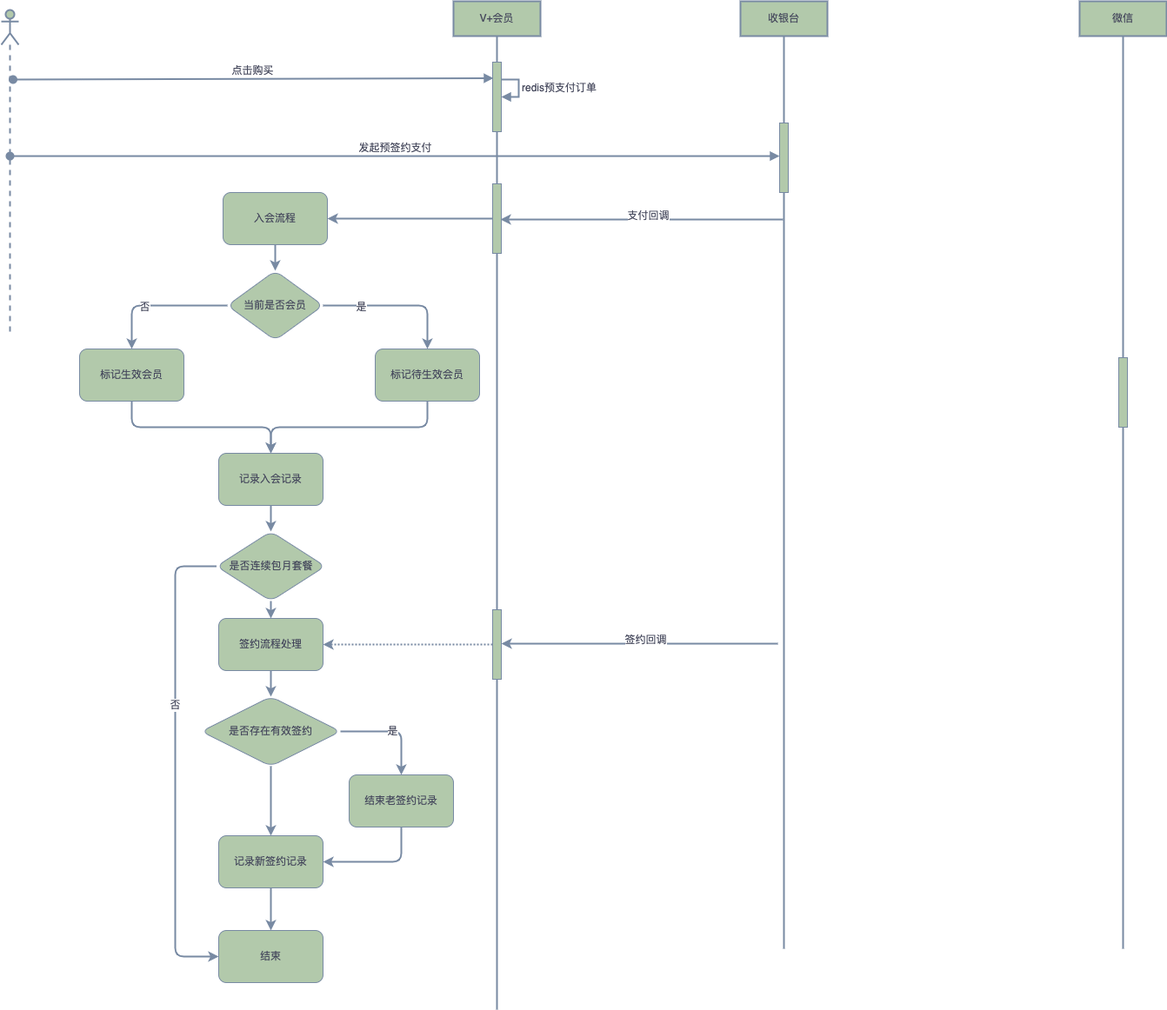
845642761/diagram keeps this draw.io diagram as 连续包月会员.png. Above is the earlier version. Source tidied: cells renumbered, new cells last; positions are measured from the earlier drawing's top-left corner, leaving out a move shared by most shapes.
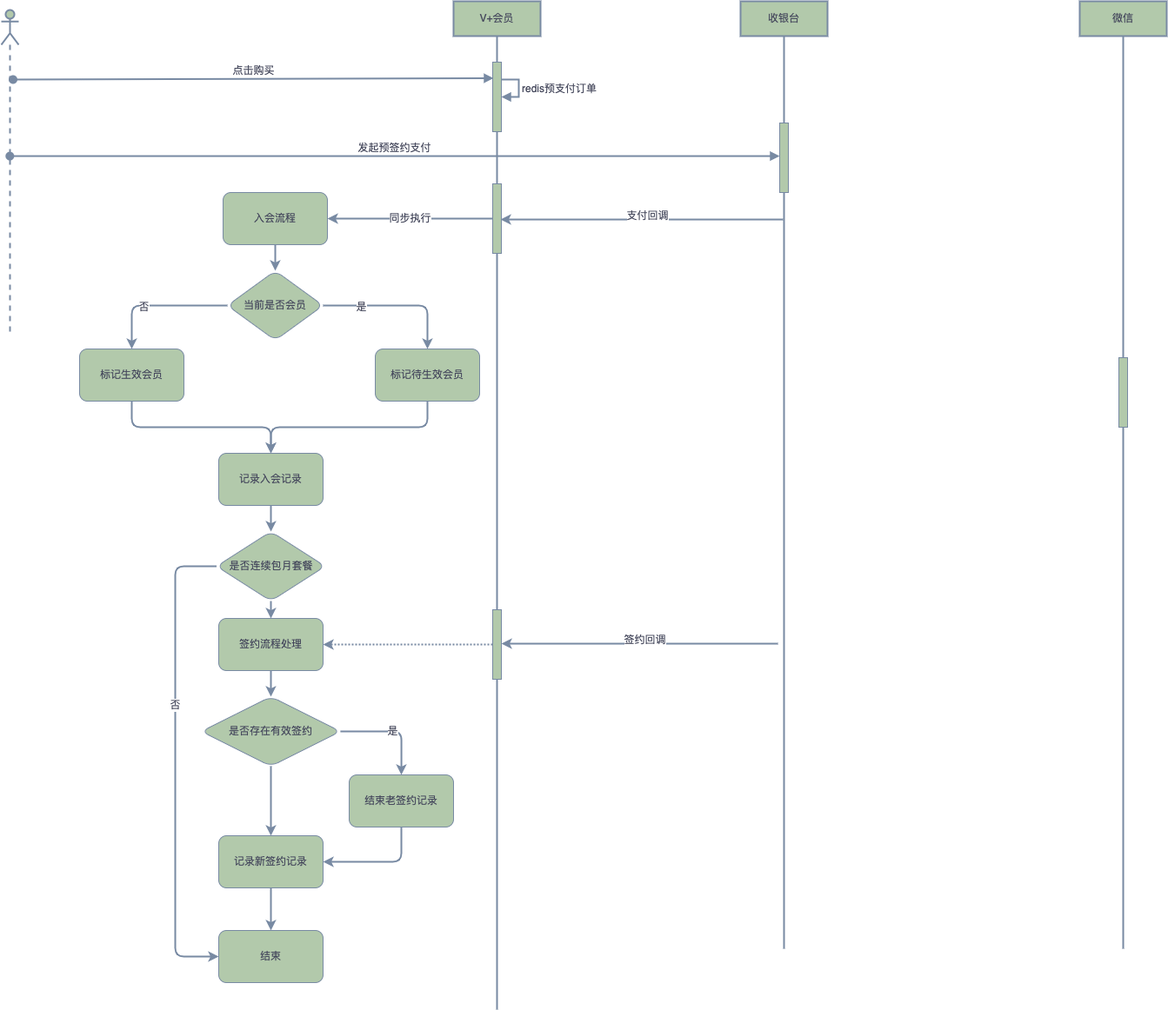
Later version of the same file.

Commit message:
更新连续包月会员.png

The edit, as a diff of the source:
```diff
@@ -61,7 +61,7 @@
         <mxPoint x="-15" as="offset" />
       </mxGeometry>
     </mxCell>
-    <mxCell id="16" style="edgeStyle=orthogonalEdgeStyle;curved=0;rounded=1;sketch=0;jettySize=auto;html=1;fontColor=#46495D;strokeColor=#788AA3;strokeWidth=2;fillColor=#B2C9AB;entryX=1;entryY=0.5;entryDx=0;entryDy=0;" parent="1" edge="1" source="5" target="18">
+    <mxCell id="16" value="同步执行" style="edgeStyle=orthogonalEdgeStyle;curved=0;rounded=1;sketch=0;jettySize=auto;html=1;fontColor=#46495D;strokeColor=#788AA3;strokeWidth=2;fillColor=#B2C9AB;entryX=1;entryY=0.5;entryDx=0;entryDy=0;" parent="1" edge="1" source="5" target="18">
       <mxGeometry relative="1" as="geometry" />
     </mxCell>
     <mxCell id="17" style="edgeStyle=orthogonalEdgeStyle;curved=0;rounded=1;sketch=0;jettySize=auto;html=1;fontColor=#46495D;strokeColor=#788AA3;strokeWidth=2;fillColor=#B2C9AB;" parent="1" edge="1" source="18" target="23">
```
